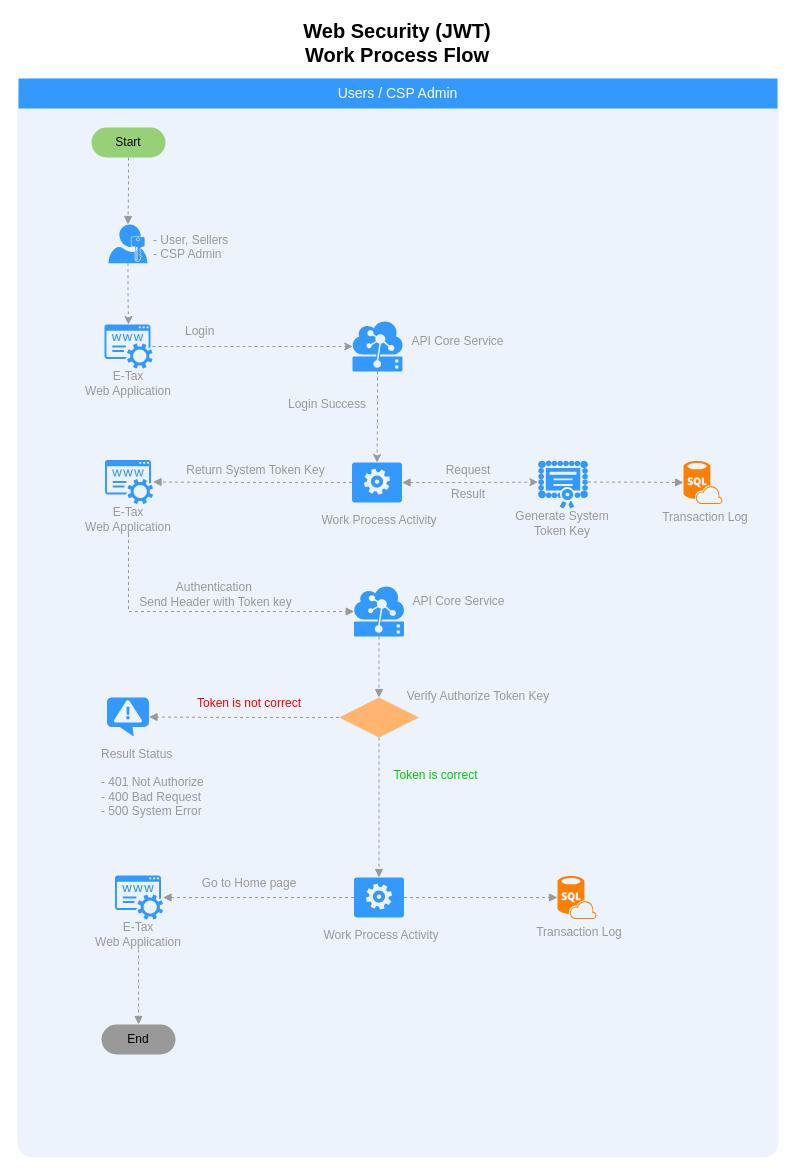
The draw.io diagram Web Application Security Concept (JWT).drawio in nirawat/eTax, before the edit. Source tidied: cells renumbered, new cells numbered last; positions are measured from the earlier drawing's top-left corner, leaving out a move shared by most shapes. Both pictures are drawn from the tidied source at 100%, with x=0, y=0 at pixel (17, 17).
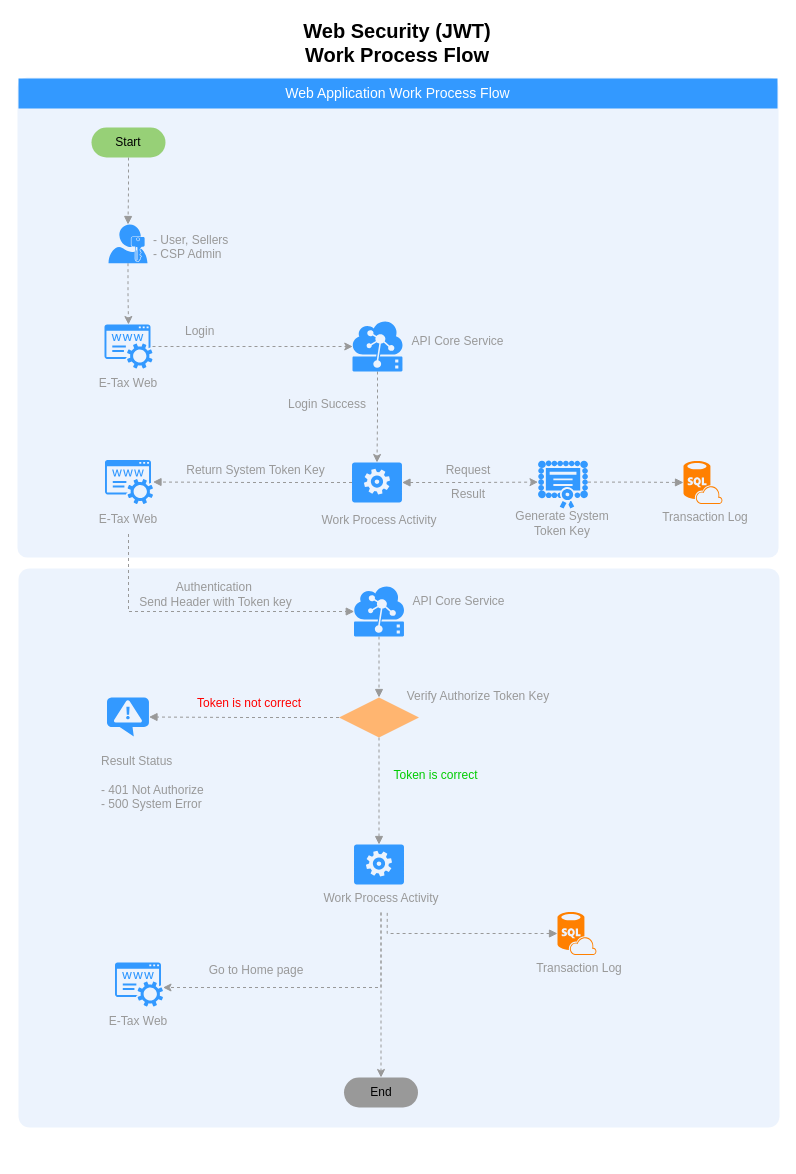
Above is the later version.

Unchanged cells that the change refers to:
```xml
<mxCell id="22" style="group;" parent="1" vertex="1">
  <mxGeometry x="55.5" y="307" width="110" height="74" as="geometry" />
</mxCell>
<mxCell id="36" style="group;" parent="1" vertex="1">
  <mxGeometry x="56" y="442.5" width="110" height="74" as="geometry" />
</mxCell>
<mxCell id="43" style="group;" parent="42" vertex="1">
  <mxGeometry width="108" height="79" as="geometry" />
</mxCell>
<mxCell id="59" style="shadow=0;dashed=0;html=1;strokeColor=none;fillColor=#3399FF;labelPosition=center;verticalLabelPosition=bottom;verticalAlign=top;outlineConnect=0;align=center;shape=mxgraph.office.services.registrar_service;" parent="58" vertex="1">
  <mxGeometry x="31.5" width="48" height="44" as="geometry" />
</mxCell>
```

What changed in the source:
```diff
@@
+    <mxCell id="68" style="rounded=1;whiteSpace=wrap;html=1;strokeColor=none;strokeWidth=1;fillColor=#dae8fc;fontSize=12;align=center;arcSize=2;opacity=50;" parent="1" vertex="1">
+      <mxGeometry x="1" y="551" width="761" height="559" as="geometry" />
+    </mxCell>
     <mxCell id="2" style="rounded=1;whiteSpace=wrap;html=1;strokeColor=none;strokeWidth=1;fillColor=#dae8fc;fontSize=12;align=center;arcSize=2;opacity=50;" parent="1" vertex="1">
-      <mxGeometry y="60" width="761" height="1080" as="geometry" />
+      <mxGeometry y="60" width="761" height="480" as="geometry" />
     </mxCell>
-    <mxCell id="3" value="Users / CSP Admin" style="whiteSpace=wrap;html=1;dashed=1;strokeColor=none;strokeWidth=2;fillColor=#3399FF;fontFamily=Helvetica;fontSize=14;fontColor=#FFFFFF;fontStyle=0;" parent="1" vertex="1">
+    <mxCell id="3" value="Web Application Work Process Flow" style="whiteSpace=wrap;html=1;dashed=1;strokeColor=none;strokeWidth=2;fillColor=#3399FF;fontFamily=Helvetica;fontSize=14;fontColor=#FFFFFF;fontStyle=0;" parent="1" vertex="1">
       <mxGeometry x="1" y="61" width="759" height="30" as="geometry" />
     </mxCell>
@@
-    <mxCell id="8" value="Result Status&lt;br&gt;&lt;br&gt;- 401 Not Authorize&lt;br&gt;- 400 Bad Request&lt;br&gt;- 500 System Error&lt;br&gt;" style="text;html=1;strokeColor=none;fillColor=none;align=left;verticalAlign=middle;whiteSpace=wrap;rounded=0;fontSize=12;fontColor=#999999;" parent="1" vertex="1">
+    <mxCell id="8" value="Result Status&lt;br&gt;&lt;br&gt;- 401 Not Authorize&lt;br&gt;- 500 System Error&lt;br&gt;" style="text;html=1;strokeColor=none;fillColor=none;align=left;verticalAlign=middle;whiteSpace=wrap;rounded=0;fontSize=12;fontColor=#999999;" parent="1" vertex="1">
       <mxGeometry x="82" y="726" width="143" height="77" as="geometry" />
     </mxCell>
@@
-    <mxCell id="24" value="E-Tax &lt;br&gt;Web Application" style="text;html=1;strokeColor=none;fillColor=none;align=center;verticalAlign=middle;whiteSpace=wrap;rounded=0;fontSize=12;fontColor=#999999;" parent="22" vertex="1">
+    <mxCell id="24" value="E-Tax Web" style="text;html=1;strokeColor=none;fillColor=none;align=center;verticalAlign=middle;whiteSpace=wrap;rounded=0;fontSize=12;fontColor=#999999;" parent="22" vertex="1">
       <mxGeometry y="44" width="110" height="30" as="geometry" />
     </mxCell>
@@
-    <mxCell id="38" value="E-Tax &lt;br&gt;Web Application" style="text;html=1;strokeColor=none;fillColor=none;align=center;verticalAlign=middle;whiteSpace=wrap;rounded=0;fontSize=12;fontColor=#999999;" parent="36" vertex="1">
+    <mxCell id="38" value="E-Tax Web" style="text;html=1;strokeColor=none;fillColor=none;align=center;verticalAlign=middle;whiteSpace=wrap;rounded=0;fontSize=12;fontColor=#999999;" parent="36" vertex="1">
       <mxGeometry y="44" width="110" height="30" as="geometry" />
     </mxCell>
@@
     <mxCell id="42" style="group;" parent="1" vertex="1">
-      <mxGeometry x="500" y="880.5" width="108" height="79" as="geometry" />
+      <mxGeometry x="500" y="948.5" width="108" height="79" as="geometry" />
     </mxCell>
@@
     <mxCell id="44" value="Transaction Log" style="text;html=1;strokeColor=none;fillColor=none;align=center;verticalAlign=middle;whiteSpace=wrap;rounded=0;fontSize=12;fontColor=#999999;" parent="43" vertex="1">
-      <mxGeometry x="8" y="20" width="108" height="29" as="geometry" />
+      <mxGeometry x="8" y="-12" width="108" height="29" as="geometry" />
     </mxCell>
     <mxCell id="45" style="verticalLabelPosition=bottom;html=1;verticalAlign=top;align=center;strokeColor=none;fillColor=#FF8000;shape=mxgraph.azure.sql_database_sql_azure;fontSize=12;fontColor=#999999;" parent="43" vertex="1">
-      <mxGeometry x="40" y="-22" width="39" height="43" as="geometry" />
+      <mxGeometry x="40" y="-54" width="39" height="43" as="geometry" />
     </mxCell>
@@
     <mxCell id="54" style="group;" parent="1" vertex="1">
-      <mxGeometry x="283.5" y="860" width="160" height="72" as="geometry" />
+      <mxGeometry x="283.5" y="859" width="160" height="72" as="geometry" />
     </mxCell>
     <mxCell id="55" style="verticalLabelPosition=bottom;html=1;verticalAlign=top;align=center;strokeColor=none;fillColor=#3399FF;shape=mxgraph.azure.worker_role;fontSize=12;fontColor=#999999;" parent="54" vertex="1">
-      <mxGeometry x="53" width="50" height="40" as="geometry" />
+      <mxGeometry x="53" y="-32" width="50" height="40" as="geometry" />
     </mxCell>
     <mxCell id="56" value="Work Process Activity&lt;br&gt;" style="text;html=1;strokeColor=none;fillColor=none;align=center;verticalAlign=middle;whiteSpace=wrap;rounded=0;fontSize=12;fontColor=#999999;" parent="54" vertex="1">
-      <mxGeometry y="43" width="160" height="29" as="geometry" />
+      <mxGeometry y="7" width="160" height="29" as="geometry" />
     </mxCell>
-    <mxCell id="57" style="edgeStyle=orthogonalEdgeStyle;rounded=0;jettySize=auto;html=1;exitX=1;exitY=0.5;exitDx=0;exitDy=0;exitPerimeter=0;entryX=0;entryY=0.5;entryDx=0;entryDy=0;entryPerimeter=0;dashed=1;startArrow=none;startFill=0;endArrow=block;endFill=1;strokeColor=#999999;" parent="1" edge="1" source="55" target="45">
-      <mxGeometry relative="1" as="geometry" />
+    <mxCell id="57" style="edgeStyle=orthogonalEdgeStyle;rounded=0;jettySize=auto;html=1;exitX=0.539;exitY=1.013;exitDx=0;exitDy=0;entryX=0;entryY=0.5;entryDx=0;entryDy=0;entryPerimeter=0;dashed=1;startArrow=none;startFill=0;endArrow=block;endFill=1;strokeColor=#999999;exitPerimeter=0;" parent="1" edge="1" source="56" target="45">
+      <mxGeometry relative="1" as="geometry">
+        <Array as="points">
+          <mxPoint x="370" y="916" />
+        </Array>
+      </mxGeometry>
     </mxCell>
     <mxCell id="58" style="group;" parent="1" vertex="1">
-      <mxGeometry x="66" y="858" width="110" height="74" as="geometry" />
+      <mxGeometry x="66" y="945" width="110" height="74" as="geometry" />
     </mxCell>
@@
-    <mxCell id="60" value="E-Tax &lt;br&gt;Web Application" style="text;html=1;strokeColor=none;fillColor=none;align=center;verticalAlign=middle;whiteSpace=wrap;rounded=0;fontSize=12;fontColor=#999999;" parent="58" vertex="1">
+    <mxCell id="60" value="E-Tax Web" style="text;html=1;strokeColor=none;fillColor=none;align=center;verticalAlign=middle;whiteSpace=wrap;rounded=0;fontSize=12;fontColor=#999999;" parent="58" vertex="1">
       <mxGeometry y="44" width="110" height="30" as="geometry" />
     </mxCell>
-    <mxCell id="61" style="edgeStyle=orthogonalEdgeStyle;rounded=0;jettySize=auto;html=1;exitX=0;exitY=0.5;exitDx=0;exitDy=0;exitPerimeter=0;dashed=1;startArrow=none;startFill=0;endArrow=block;endFill=1;strokeColor=#999999;" parent="1" edge="1" source="55" target="59">
-      <mxGeometry relative="1" as="geometry" />
-    </mxCell>
     <mxCell id="62" value="Go to Home page" style="text;html=1;strokeColor=none;fillColor=none;align=center;verticalAlign=middle;whiteSpace=wrap;rounded=0;fontSize=12;fontColor=#999999;" parent="1" vertex="1">
-      <mxGeometry x="170" y="851" width="124" height="29" as="geometry" />
+      <mxGeometry x="176.5" y="938" width="124" height="29" as="geometry" />
     </mxCell>
     <mxCell id="63" value="End" style="rounded=1;whiteSpace=wrap;html=1;fontColor=#000000;align=center;arcSize=50;labelBackgroundColor=none;fillColor=#999999;strokeColor=none;" parent="1" vertex="1">
-      <mxGeometry x="84" y="1007" width="74" height="30" as="geometry" />
+      <mxGeometry x="326.5" y="1060" width="74" height="30" as="geometry" />
     </mxCell>
-    <mxCell id="64" style="edgeStyle=orthogonalEdgeStyle;rounded=0;jettySize=auto;html=1;exitX=0.5;exitY=1;exitDx=0;exitDy=0;entryX=0.5;entryY=0;entryDx=0;entryDy=0;dashed=1;startArrow=none;startFill=0;endArrow=block;endFill=1;strokeColor=#999999;fontColor=#000000;" parent="1" edge="1" source="60" target="63">
-      <mxGeometry relative="1" as="geometry" />
-    </mxCell>
@@
+    <mxCell id="69" style="edgeStyle=orthogonalEdgeStyle;rounded=0;jettySize=auto;html=1;exitX=0.5;exitY=1;exitDx=0;exitDy=0;strokeColor=#999999;dashed=1;" parent="1" edge="1" source="56" target="59">
+      <mxGeometry relative="1" as="geometry">
+        <Array as="points">
+          <mxPoint x="364" y="970" />
+        </Array>
+      </mxGeometry>
+    </mxCell>
+    <mxCell id="70" style="edgeStyle=orthogonalEdgeStyle;rounded=0;jettySize=auto;html=1;exitX=0.5;exitY=1;exitDx=0;exitDy=0;entryX=0.5;entryY=0;entryDx=0;entryDy=0;dashed=1;strokeColor=#999999;" parent="1" edge="1" source="56" target="63">
+      <mxGeometry relative="1" as="geometry" />
+    </mxCell>
```
